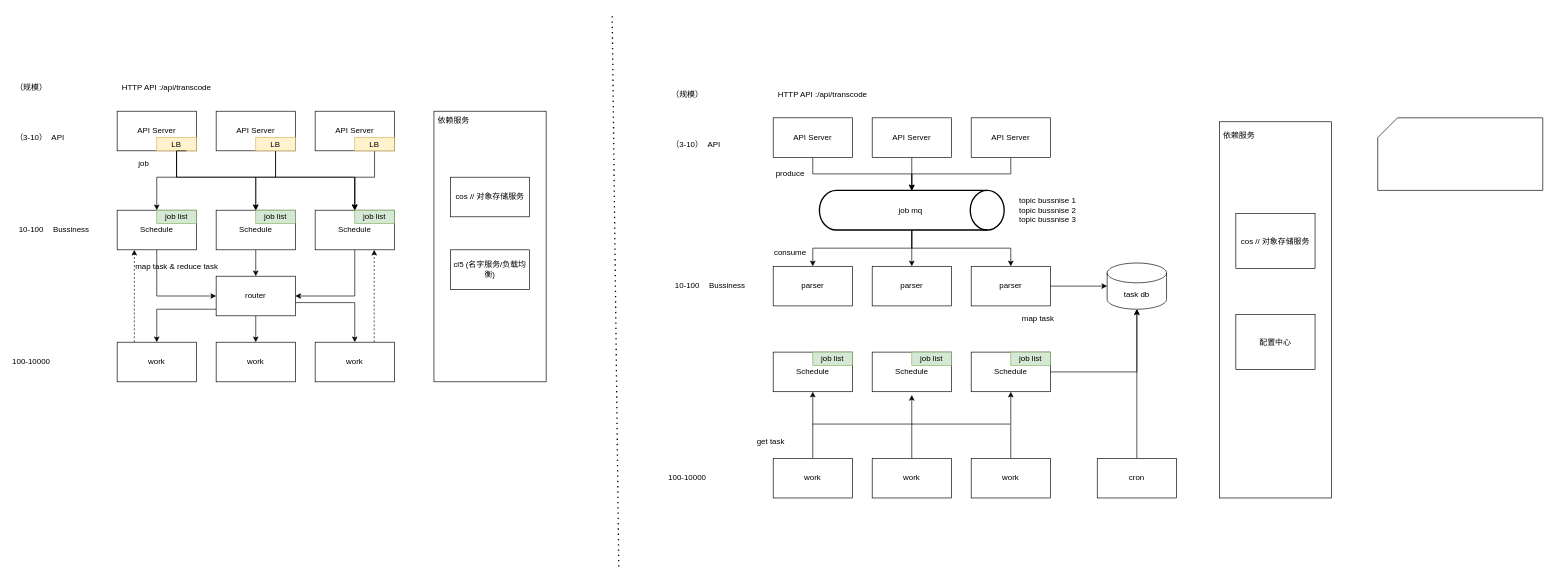
yohaohge/design keeps this draw.io diagram as 转码系统.drawio. Above is the earlier version. Source tidied: cells renumbered, new cells numbered last; positions are measured from the earlier drawing's top-left corner, leaving out a move shared by most shapes. Both pictures are drawn from the tidied source at 66%, with x=0, y=0 at pixel (11, 12).
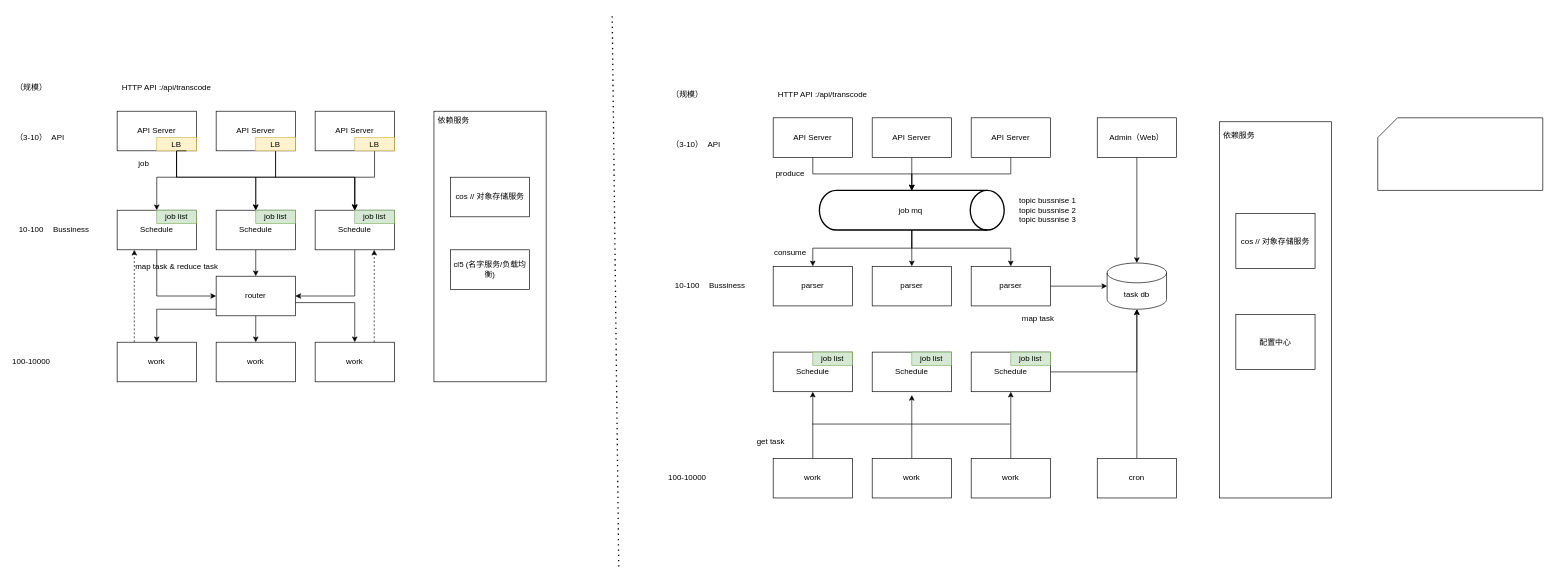
After the change.

Commit message:
更新转码系统.drawio

The change refers to these unchanged cells:
```xml
<mxCell id="75" value="task db" style="shape=cylinder3;whiteSpace=wrap;html=1;boundedLbl=1;backgroundOutline=1;size=15;" parent="1" vertex="1">
  <mxGeometry x="1660" y="380" width="90" height="70" as="geometry" />
</mxCell>
```

The edit, as a diff of the source:
```diff
@@
+    <mxCell id="96" style="edgeStyle=orthogonalEdgeStyle;rounded=0;jettySize=auto;html=1;" parent="1" edge="1" source="97" target="75">
+      <mxGeometry relative="1" as="geometry" />
+    </mxCell>
+    <mxCell id="97" value="Admin（Web）" style="rounded=0;whiteSpace=wrap;html=1;" parent="1" vertex="1">
+      <mxGeometry x="1645" y="160" width="120" height="60" as="geometry" />
+    </mxCell>
```
